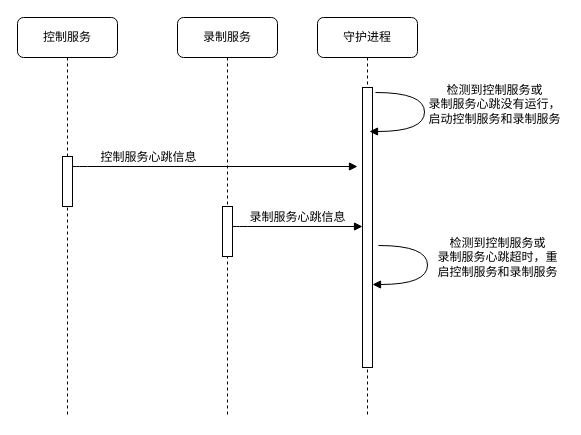
Earlier version of the draw.io diagram 守护进程.drawio (huangPeiLc/drawio). Source tidied: cells renumbered, new cells numbered last; positions are measured from the earlier drawing's top-left corner, leaving out a move shared by most shapes. Both pictures are drawn from the tidied source at 100%, with x=0, y=0 at pixel (17, 17).
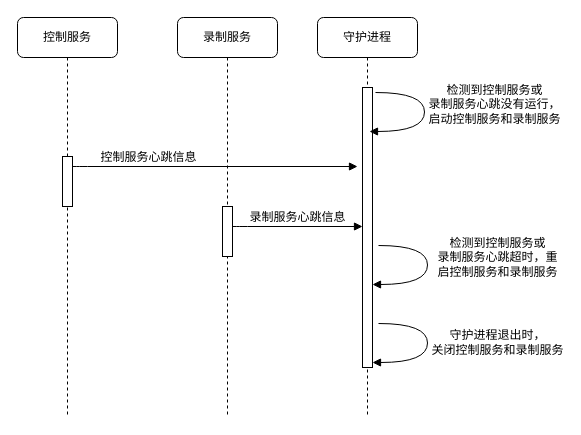
The same page after the edit.

Change to the diagram source:
```diff
@@
+    <mxCell id="12" value="&lt;div&gt;守护进程退出时，&lt;/div&gt;&lt;div&gt;关闭控制服务和录制服务&lt;br&gt;&lt;/div&gt;" style="html=1;verticalAlign=bottom;endArrow=block;labelBackgroundColor=none;fontFamily=Verdana;fontSize=12;elbow=vertical;edgeStyle=orthogonalEdgeStyle;curved=1;exitX=1.066;exitY=0.713;exitPerimeter=0;" parent="1" edge="1">
+      <mxGeometry x="0.23" y="-70" relative="1" as="geometry">
+        <mxPoint x="361" y="306" as="sourcePoint" />
+        <mxPoint x="355" y="345" as="targetPoint" />
+        <Array as="points">
+          <mxPoint x="410" y="306" />
+          <mxPoint x="410" y="345" />
+        </Array>
+        <mxPoint x="70" y="67" as="offset" />
+      </mxGeometry>
+    </mxCell>
```
